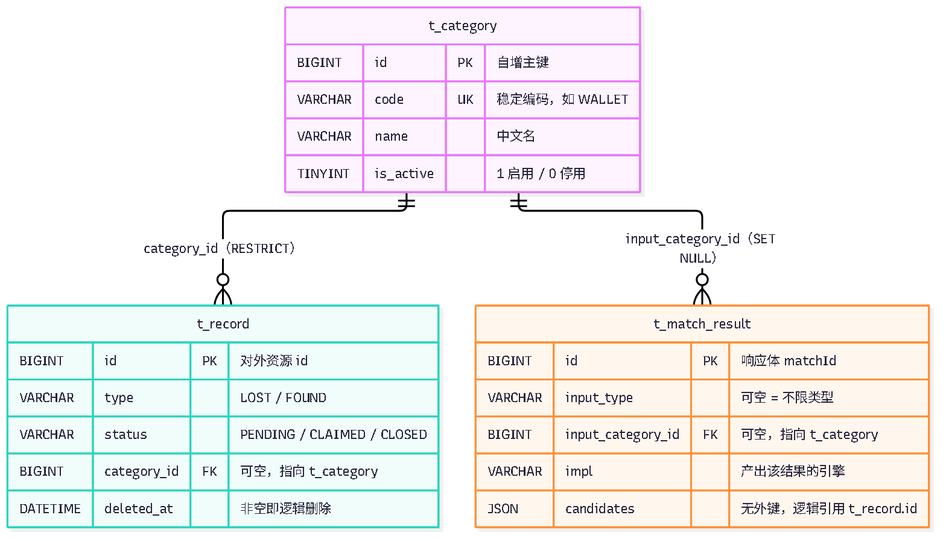
The Mermaid diagram docs/design/diagrams/er.png in BLingKiy/find-it-campus, before a commit. Its source is kept beside it as docs/design/diagrams/er.mmd. Source of this version:
```mermaid
erDiagram
  t_category ||--o{ t_record : "category_id（RESTRICT）"
  t_category ||--o{ t_match_result : "input_category_id（SET NULL）"

  t_category {
    BIGINT id PK "自增主键"
    VARCHAR code UK "稳定编码，如 WALLET"
    VARCHAR name "中文名"
    TINYINT is_active "1 启用 / 0 停用"
  }

  t_record {
    BIGINT id PK "对外资源 id"
    VARCHAR type "LOST / FOUND"
    VARCHAR status "PENDING / CLAIMED / CLOSED"
    BIGINT category_id FK "可空，指向 t_category"
    DATETIME deleted_at "非空即逻辑删除"
  }

  t_match_result {
    BIGINT id PK "响应体 matchId"
    VARCHAR input_type "可空 = 不限类型"
    BIGINT input_category_id FK "可空，指向 t_category"
    VARCHAR impl "产出该结果的引擎"
    JSON candidates "无外键，逻辑引用 t_record.id"
  }
```
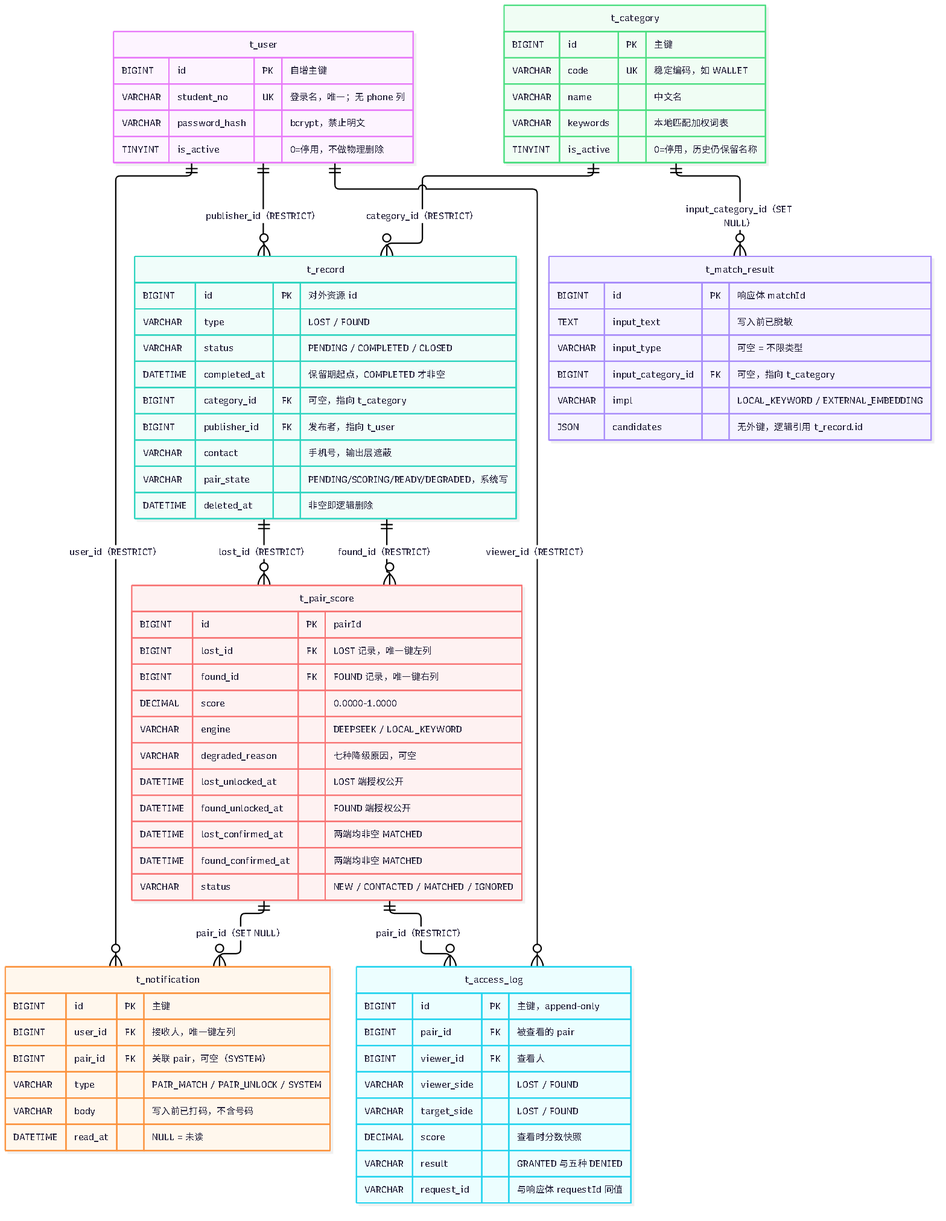
After the commit.

The edit, as a diff of the source:
```diff
@@ -1,26 +1,80 @@
 erDiagram
+  t_user ||--o{ t_record : "publisher_id（RESTRICT）"
+  t_user ||--o{ t_notification : "user_id（RESTRICT）"
+  t_user ||--o{ t_access_log : "viewer_id（RESTRICT）"
   t_category ||--o{ t_record : "category_id（RESTRICT）"
   t_category ||--o{ t_match_result : "input_category_id（SET NULL）"
+  t_record ||--o{ t_pair_score : "lost_id（RESTRICT）"
+  t_record ||--o{ t_pair_score : "found_id（RESTRICT）"
+  t_pair_score ||--o{ t_notification : "pair_id（SET NULL）"
+  t_pair_score ||--o{ t_access_log : "pair_id（RESTRICT）"
+
+  t_user {
+    BIGINT id PK "自增主键"
+    VARCHAR student_no UK "登录名，唯一；无 phone 列"
+    VARCHAR password_hash "bcrypt，禁止明文"
+    TINYINT is_active "0=停用，不做物理删除"
+  }
 
   t_category {
-    BIGINT id PK "自增主键"
+    BIGINT id PK "主键"
     VARCHAR code UK "稳定编码，如 WALLET"
     VARCHAR name "中文名"
-    TINYINT is_active "1 启用 / 0 停用"
+    VARCHAR keywords "本地匹配加权词表"
+    TINYINT is_active "0=停用，历史仍保留名称"
   }
 
   t_record {
     BIGINT id PK "对外资源 id"
     VARCHAR type "LOST / FOUND"
-    VARCHAR status "PENDING / CLAIMED / CLOSED"
+    VARCHAR status "PENDING / COMPLETED / CLOSED"
+    DATETIME completed_at "保留期起点，COMPLETED 才非空"
     BIGINT category_id FK "可空，指向 t_category"
+    BIGINT publisher_id FK "发布者，指向 t_user"
+    VARCHAR contact "手机号，输出层遮蔽"
+    VARCHAR pair_state "PENDING/SCORING/READY/DEGRADED，系统写"
     DATETIME deleted_at "非空即逻辑删除"
   }
 
   t_match_result {
     BIGINT id PK "响应体 matchId"
+    TEXT input_text "写入前已脱敏"
     VARCHAR input_type "可空 = 不限类型"
     BIGINT input_category_id FK "可空，指向 t_category"
-    VARCHAR impl "产出该结果的引擎"
+    VARCHAR impl "LOCAL_KEYWORD / EXTERNAL_EMBEDDING"
     JSON candidates "无外键，逻辑引用 t_record.id"
   }
+
+  t_pair_score {
+    BIGINT id PK "pairId"
+    BIGINT lost_id FK "LOST 记录，唯一键左列"
+    BIGINT found_id FK "FOUND 记录，唯一键右列"
+    DECIMAL score "0.0000-1.0000"
+    VARCHAR engine "DEEPSEEK / LOCAL_KEYWORD"
+    VARCHAR degraded_reason "七种降级原因，可空"
+    DATETIME lost_unlocked_at "LOST 端授权公开"
+    DATETIME found_unlocked_at "FOUND 端授权公开"
+    DATETIME lost_confirmed_at "两端均非空 MATCHED"
+    DATETIME found_confirmed_at "两端均非空 MATCHED"
+    VARCHAR status "NEW / CONTACTED / MATCHED / IGNORED"
+  }
+
+  t_notification {
+    BIGINT id PK "主键"
+    BIGINT user_id FK "接收人，唯一键左列"
+    BIGINT pair_id FK "关联 pair，可空（SYSTEM）"
+    VARCHAR type "PAIR_MATCH / PAIR_UNLOCK / SYSTEM"
+    VARCHAR body "写入前已打码，不含号码"
+    DATETIME read_at "NULL = 未读"
+  }
+
+  t_access_log {
+    BIGINT id PK "主键，append-only"
+    BIGINT pair_id FK "被查看的 pair"
+    BIGINT viewer_id FK "查看人"
+    VARCHAR viewer_side "LOST / FOUND"
+    VARCHAR target_side "LOST / FOUND"
+    DECIMAL score "查看时分数快照"
+    VARCHAR result "GRANTED 与五种 DENIED"
+    VARCHAR request_id "与响应体 requestId 同值"
+  }
```
